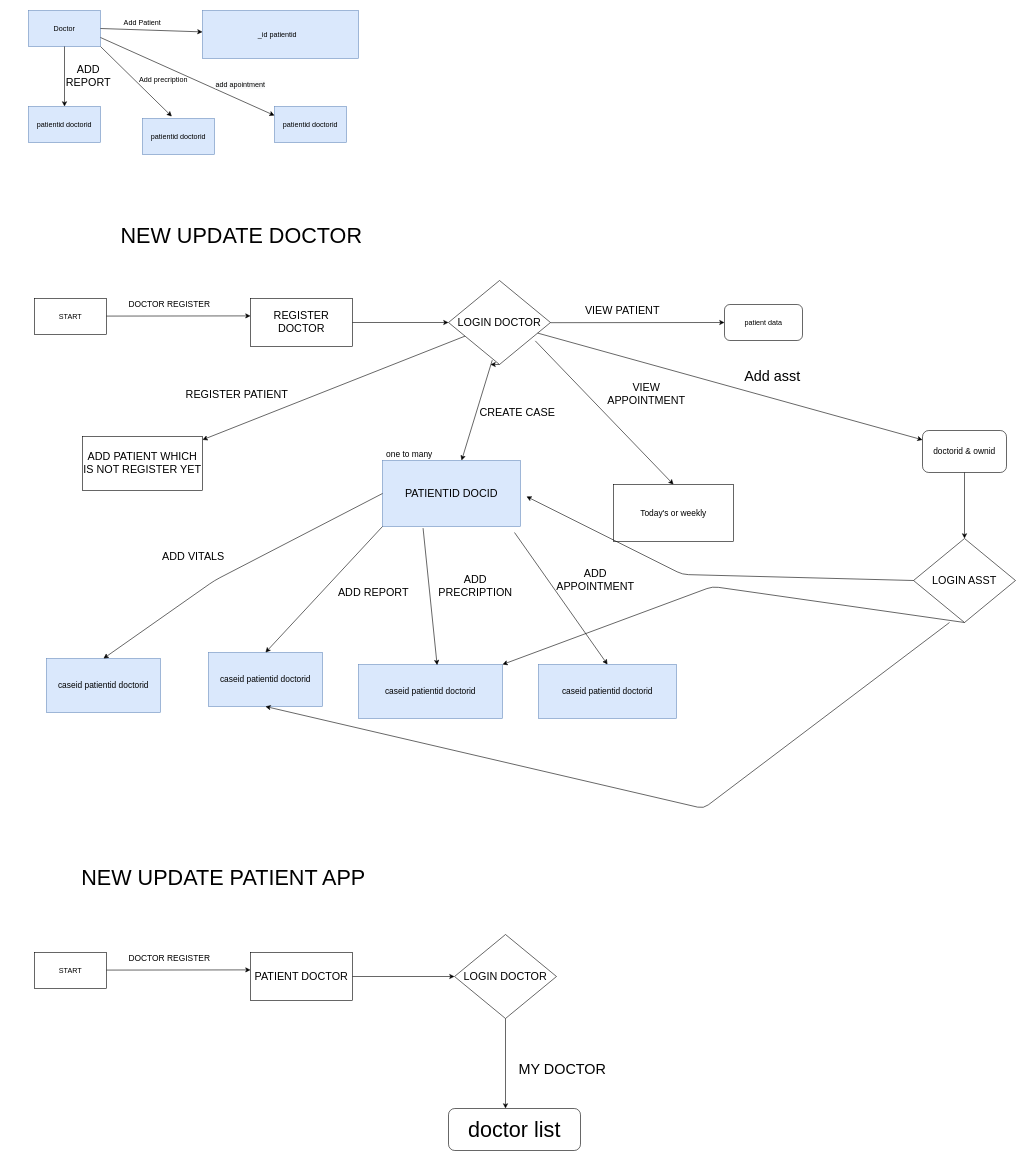
This is doccheck1Untitled Diagram.drawio from Tarunagg1/draw, a draw.io file, before an edit. Source tidied: cells renumbered, new cells numbered last; positions are measured from the earlier drawing's top-left corner, leaving out a move shared by most shapes. Both pictures are drawn from the tidied source at 60%, with x=0, y=0 at pixel (10, 10).
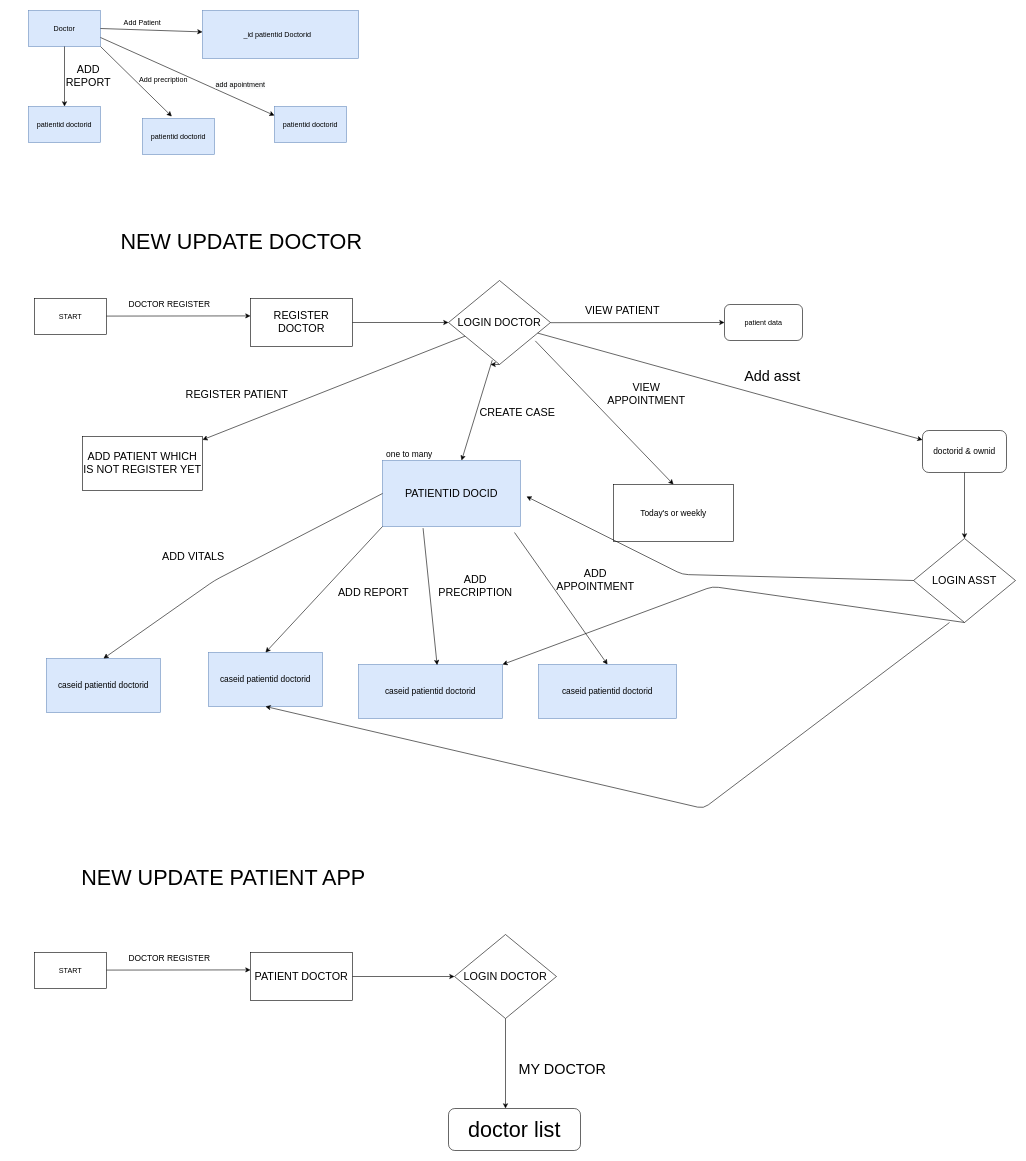
The same diagram, later.

What changed in the source:
```diff
@@
-    <mxCell id="6" value="_id patientid" style="text;html=1;strokeColor=none;fillColor=none;align=center;verticalAlign=middle;whiteSpace=wrap;rounded=0;" parent="1" vertex="1">
+    <mxCell id="6" value="_id patientid Doctorid" style="text;html=1;strokeColor=none;fillColor=none;align=center;verticalAlign=middle;whiteSpace=wrap;rounded=0;" parent="1" vertex="1">
       <mxGeometry x="350" y="10" width="190" height="60" as="geometry" />
     </mxCell>
@@
     <mxCell id="15" value="&lt;font style=&quot;font-size: 36px&quot;&gt;NEW UPDATE DOCTOR&lt;/font&gt;" style="text;html=1;strokeColor=none;fillColor=none;align=center;verticalAlign=middle;whiteSpace=wrap;rounded=0;" parent="1" vertex="1">
-      <mxGeometry x="30" y="340" width="710" height="70" as="geometry" />
+      <mxGeometry x="30" y="350" width="710" height="70" as="geometry" />
     </mxCell>
```
